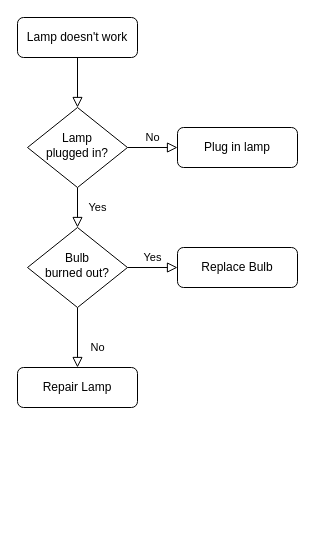
greensland/draw keeps this draw.io diagram as flow/未命名绘图.drawio. Above is the earlier version. Source tidied: cells renumbered, new cells numbered last; positions are measured from the earlier drawing's top-left corner, leaving out a move shared by most shapes. Both pictures are drawn from the tidied source at 100%, with x=0, y=0 at pixel (17, 17).
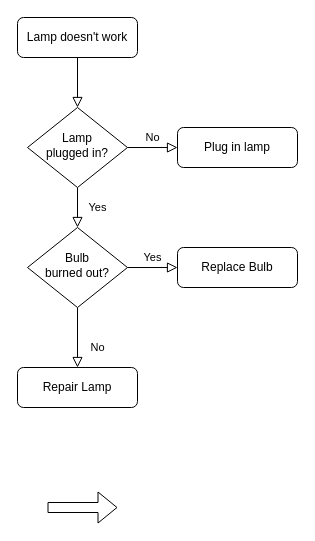
The same diagram, later.

The edit, as a diff of the source:
```diff
@@
 <mxGraphModel>
   <root>
     <mxCell id="0" />
     <mxCell id="1" parent="0" />
     <mxCell id="2" style="rounded=0;html=1;jettySize=auto;fontSize=11;endArrow=block;endFill=0;endSize=8;strokeWidth=1;shadow=0;labelBackgroundColor=none;edgeStyle=orthogonalEdgeStyle;" parent="1" edge="1" source="3" target="6">
       <mxGeometry relative="1" as="geometry" />
     </mxCell>
     <mxCell id="3" value="Lamp doesn't work" style="rounded=1;whiteSpace=wrap;html=1;fontSize=12;glass=0;strokeWidth=1;shadow=0;" parent="1" vertex="1">
       <mxGeometry width="120" height="40" as="geometry" />
     </mxCell>
     <mxCell id="4" value="Yes" style="rounded=0;html=1;jettySize=auto;fontSize=11;endArrow=block;endFill=0;endSize=8;strokeWidth=1;shadow=0;labelBackgroundColor=none;edgeStyle=orthogonalEdgeStyle;" parent="1" edge="1" source="6" target="10">
       <mxGeometry y="20" relative="1" as="geometry" />
     </mxCell>
     <mxCell id="5" value="No" style="edgeStyle=orthogonalEdgeStyle;rounded=0;html=1;jettySize=auto;fontSize=11;endArrow=block;endFill=0;endSize=8;strokeWidth=1;shadow=0;labelBackgroundColor=none;" parent="1" edge="1" source="6" target="7">
       <mxGeometry y="10" relative="1" as="geometry" />
     </mxCell>
     <mxCell id="6" value="Lamp&lt;br&gt;plugged in?" style="rhombus;whiteSpace=wrap;html=1;shadow=0;fontFamily=Helvetica;fontSize=12;align=center;strokeWidth=1;spacing=6;spacingTop=-4;" parent="1" vertex="1">
       <mxGeometry x="10" y="90" width="100" height="80" as="geometry" />
     </mxCell>
     <mxCell id="7" value="Plug in lamp" style="rounded=1;whiteSpace=wrap;html=1;fontSize=12;glass=0;strokeWidth=1;shadow=0;" parent="1" vertex="1">
       <mxGeometry x="160" y="110" width="120" height="40" as="geometry" />
     </mxCell>
     <mxCell id="8" value="No" style="rounded=0;html=1;jettySize=auto;fontSize=11;endArrow=block;endFill=0;endSize=8;strokeWidth=1;shadow=0;labelBackgroundColor=none;edgeStyle=orthogonalEdgeStyle;" parent="1" edge="1" source="10" target="11">
       <mxGeometry x="0.33" y="20" relative="1" as="geometry" />
     </mxCell>
     <mxCell id="9" value="Yes" style="edgeStyle=orthogonalEdgeStyle;rounded=0;html=1;jettySize=auto;fontSize=11;endArrow=block;endFill=0;endSize=8;strokeWidth=1;shadow=0;labelBackgroundColor=none;" parent="1" edge="1" source="10" target="12">
       <mxGeometry y="10" relative="1" as="geometry" />
     </mxCell>
     <mxCell id="10" value="Bulb&lt;br&gt;burned out?" style="rhombus;whiteSpace=wrap;html=1;shadow=0;fontFamily=Helvetica;fontSize=12;align=center;strokeWidth=1;spacing=6;spacingTop=-4;" parent="1" vertex="1">
       <mxGeometry x="10" y="210" width="100" height="80" as="geometry" />
     </mxCell>
     <mxCell id="11" value="Repair Lamp" style="rounded=1;whiteSpace=wrap;html=1;fontSize=12;glass=0;strokeWidth=1;shadow=0;" parent="1" vertex="1">
       <mxGeometry y="350" width="120" height="40" as="geometry" />
     </mxCell>
     <mxCell id="12" value="Replace Bulb" style="rounded=1;whiteSpace=wrap;html=1;fontSize=12;glass=0;strokeWidth=1;shadow=0;" parent="1" vertex="1">
       <mxGeometry x="160" y="230" width="120" height="40" as="geometry" />
     </mxCell>
+    <mxCell id="13" style="shape=flexArrow;endArrow=classic;html=1;rounded=0;" parent="1" edge="1">
+      <mxGeometry relative="1" as="geometry">
+        <mxPoint x="30" y="490" as="sourcePoint" />
+        <mxPoint x="100" y="490" as="targetPoint" />
+      </mxGeometry>
+    </mxCell>
   </root>
 </mxGraphModel>
```
